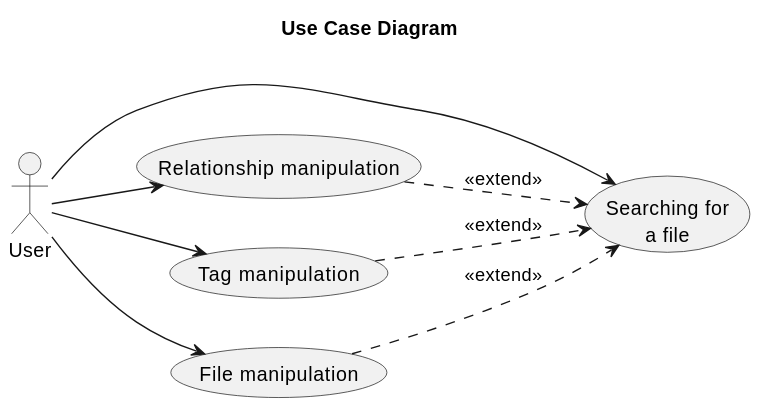
The PlantUML diagram thesis/chapters/analysis/use-cases/use-case/use-case-diagram.svg in TrueBubo/Graphle, before a commit.
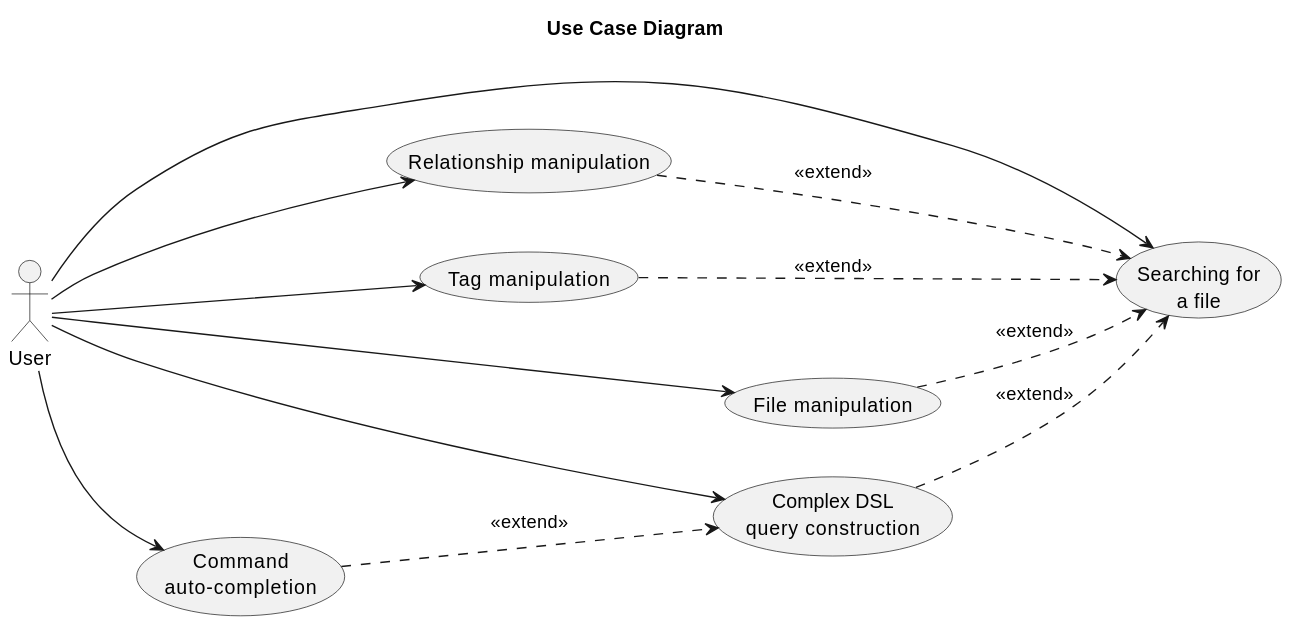
The same diagram one commit later.

Commit message:
use cases

The edit, as a diff of the source:
```diff
@@ -9,14 +9,19 @@
 usecase UC2 as "Relationship manipulation"
 usecase UC3 as "Tag manipulation"
 usecase UC4 as "File manipulation"
-
+usecase UC5 as "Complex DSL\nquery construction"
+usecase UC6 as "Command\nauto-completion"
 
 User  --> UC1
 User  --> UC2
 User  --> UC3
 User  --> UC4
+User  --> UC5
+User  --> UC6
 
 UC2 ..> UC1 : <<extend>>
 UC3 ..> UC1 : <<extend>>
 UC4 ..> UC1 : <<extend>>
+UC5 ..> UC1 : <<extend>>
+UC6 ..> UC5 : <<extend>>
 @enduml
```
